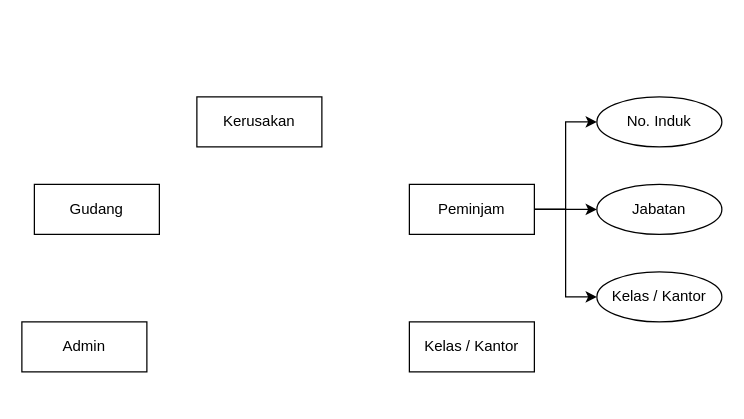
Sacrit38/CPP-Ponggame keeps this draw.io diagram as .drawio. Above is the earlier version. Source tidied: cells renumbered, new cells numbered last; positions are measured from the earlier drawing's top-left corner, leaving out a move shared by most shapes. Both pictures are drawn from the tidied source at 125%, with x=0, y=0 at pixel (21, 96).
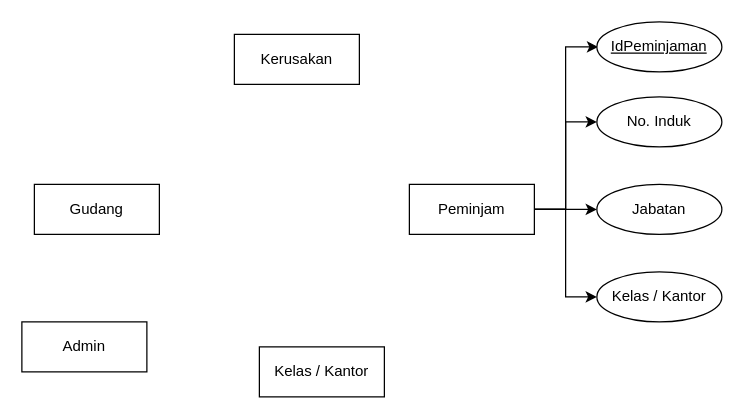
The same diagram, later.

Diff of the diagram source:
```diff
@@
 <mxGraphModel>
   <root>
     <mxCell id="0" />
     <mxCell id="1" parent="0" />
     <mxCell id="2" style="edgeStyle=orthogonalEdgeStyle;rounded=0;jettySize=auto;html=1;exitX=1;exitY=0.5;exitDx=0;exitDy=0;entryX=0;entryY=0.5;entryDx=0;entryDy=0;" parent="1" edge="1" source="5" target="8">
       <mxGeometry relative="1" as="geometry" />
     </mxCell>
     <mxCell id="3" style="edgeStyle=orthogonalEdgeStyle;rounded=0;jettySize=auto;html=1;entryX=0;entryY=0.5;entryDx=0;entryDy=0;" parent="1" edge="1" source="5" target="7">
       <mxGeometry relative="1" as="geometry" />
     </mxCell>
     <mxCell id="4" style="edgeStyle=orthogonalEdgeStyle;rounded=0;jettySize=auto;html=1;entryX=0;entryY=0.5;entryDx=0;entryDy=0;" parent="1" edge="1" source="5" target="6">
       <mxGeometry relative="1" as="geometry" />
     </mxCell>
+    <mxCell id="13" style="edgeStyle=orthogonalEdgeStyle;rounded=0;jettySize=auto;html=1;exitX=1;exitY=0.5;exitDx=0;exitDy=0;entryX=0;entryY=0.5;entryDx=0;entryDy=0;" parent="1" edge="1" source="5">
+      <mxGeometry relative="1" as="geometry">
+        <mxPoint x="461" y="-40" as="targetPoint" />
+        <Array as="points">
+          <mxPoint x="435" y="90" />
+          <mxPoint x="435" y="-40" />
+        </Array>
+      </mxGeometry>
+    </mxCell>
     <mxCell id="5" value="Peminjam" style="whiteSpace=wrap;html=1;align=center;" parent="1" vertex="1">
       <mxGeometry x="310" y="70" width="100" height="40" as="geometry" />
     </mxCell>
     <mxCell id="6" value="No. Induk" style="ellipse;whiteSpace=wrap;html=1;align=center;" parent="1" vertex="1">
       <mxGeometry x="460" width="100" height="40" as="geometry" />
     </mxCell>
     <mxCell id="7" value="Jabatan" style="ellipse;whiteSpace=wrap;html=1;align=center;" parent="1" vertex="1">
       <mxGeometry x="460" y="70" width="100" height="40" as="geometry" />
     </mxCell>
     <mxCell id="8" value="Kelas / Kantor" style="ellipse;whiteSpace=wrap;html=1;align=center;" parent="1" vertex="1">
       <mxGeometry x="460" y="140" width="100" height="40" as="geometry" />
     </mxCell>
     <mxCell id="9" value="Admin" style="whiteSpace=wrap;html=1;align=center;" parent="1" vertex="1">
       <mxGeometry y="180" width="100" height="40" as="geometry" />
     </mxCell>
     <mxCell id="10" value="Gudang" style="whiteSpace=wrap;html=1;align=center;" parent="1" vertex="1">
       <mxGeometry x="10" y="70" width="100" height="40" as="geometry" />
     </mxCell>
     <mxCell id="11" value="Kerusakan" style="whiteSpace=wrap;html=1;align=center;" parent="1" vertex="1">
-      <mxGeometry x="140" width="100" height="40" as="geometry" />
+      <mxGeometry x="170" y="-50" width="100" height="40" as="geometry" />
     </mxCell>
     <mxCell id="12" value="Kelas / Kantor" style="whiteSpace=wrap;html=1;align=center;" parent="1" vertex="1">
-      <mxGeometry x="310" y="180" width="100" height="40" as="geometry" />
+      <mxGeometry x="190" y="200" width="100" height="40" as="geometry" />
     </mxCell>
+    <mxCell id="14" value="IdPeminjaman" style="ellipse;whiteSpace=wrap;html=1;align=center;fontStyle=4;" parent="1" vertex="1">
+      <mxGeometry x="460" y="-60" width="100" height="40" as="geometry" />
+    </mxCell>
   </root>
 </mxGraphModel>
```
